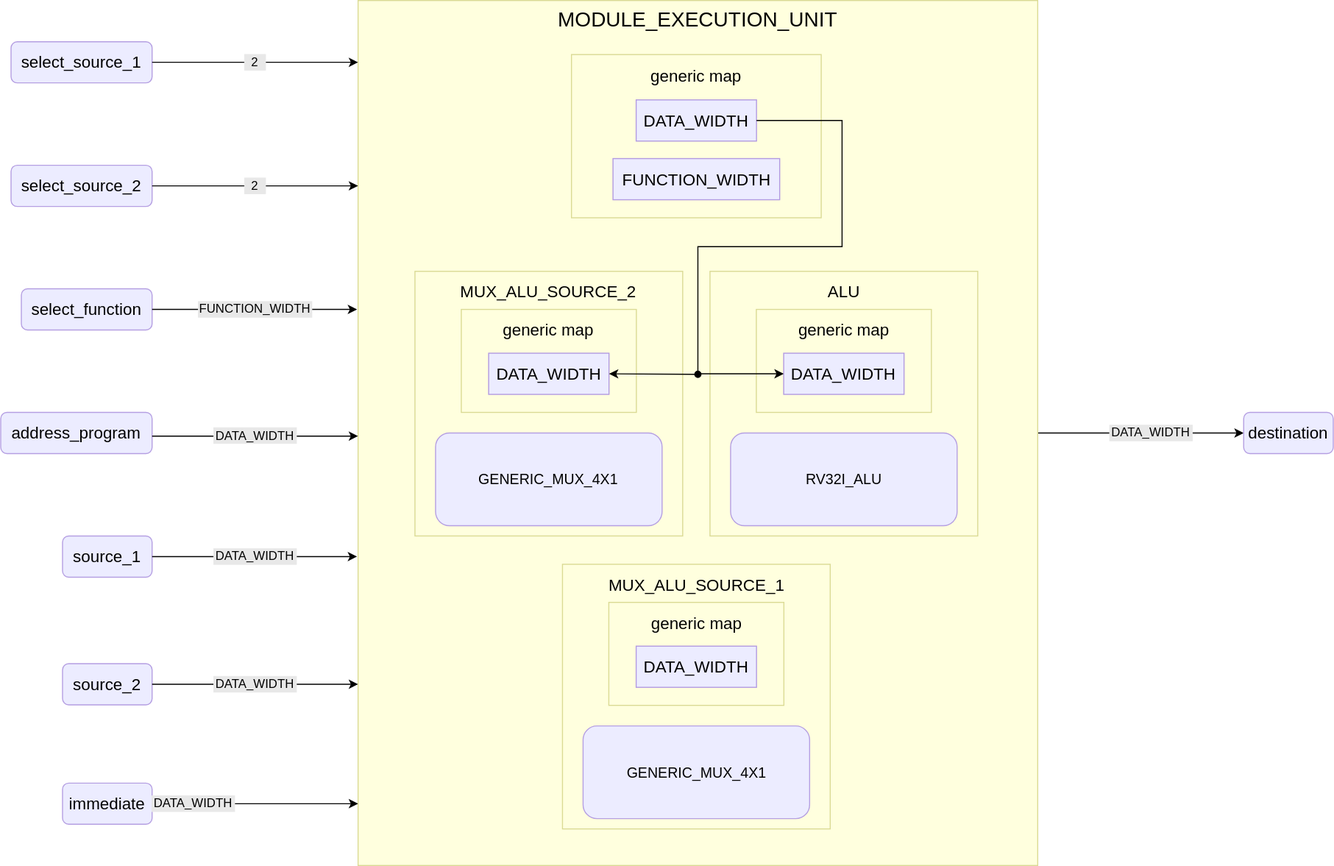
This is public/images/reference/report_components/module_execution_unit.drawio.svg from insper-riscv/docs, a draw.io export, as it was before one commit. Source tidied: cells renumbered, new cells last; positions are measured from the earlier drawing's top-left corner, leaving out a move shared by most shapes.
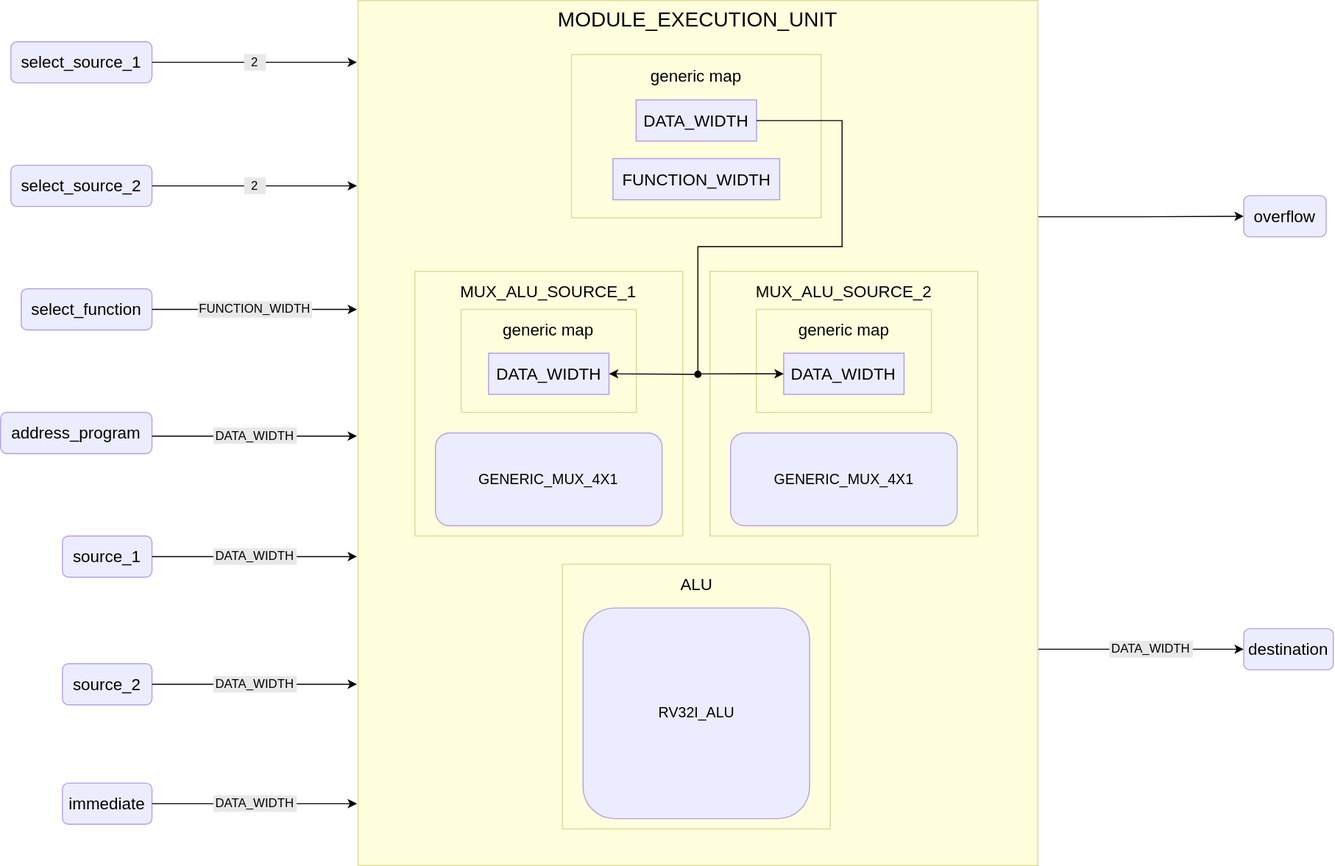
After the commit.

Commit message:
update module_execution_unit report diagram

Diff of the diagram source:
```diff
@@ -2,7 +2,10 @@
   <root>
     <mxCell id="0" />
     <mxCell id="1" parent="0" />
+    <mxCell id="44" style="edgeStyle=orthogonalEdgeStyle;rounded=0;jettySize=auto;html=1;exitX=1;exitY=0.25;exitDx=0;exitDy=0;entryX=0;entryY=0.5;entryDx=0;entryDy=0;" parent="1" edge="1" source="3" target="45">
+      <mxGeometry relative="1" as="geometry" />
+    </mxCell>
-    <mxCell id="2" style="edgeStyle=orthogonalEdgeStyle;rounded=0;jettySize=auto;html=1;entryX=0;entryY=0.5;entryDx=0;entryDy=0;" parent="1" edge="1" source="3" target="6">
+    <mxCell id="2" style="edgeStyle=orthogonalEdgeStyle;rounded=0;jettySize=auto;html=1;exitX=1;exitY=0.75;exitDx=0;exitDy=0;entryX=0;entryY=0.5;entryDx=0;entryDy=0;" parent="1" edge="1" source="3" target="6">
       <mxGeometry relative="1" as="geometry" />
     </mxCell>
     <mxCell id="3" value="MODULE_EXECUTION_UNIT" style="rounded=0;whiteSpace=wrap;html=1;fillColor=#ffffde;strokeColor=#dada94;verticalAlign=top;fontSize=20;" parent="1" vertex="1">
@@ -15,7 +18,7 @@
       <mxGeometry x="617.1" y="96.5" width="116.9" height="40" as="geometry" />
     </mxCell>
     <mxCell id="6" value="destination" style="rounded=1;whiteSpace=wrap;html=1;fillColor=#ececff;strokeColor=#b59fe2;fontSize=16;" parent="1" vertex="1">
-      <mxGeometry x="1207" y="400" width="87" height="40" as="geometry" />
+      <mxGeometry x="1207" y="610" width="87" height="40" as="geometry" />
     </mxCell>
     <mxCell id="7" value="select_source_1" style="rounded=1;whiteSpace=wrap;html=1;fillColor=#ececff;strokeColor=#b59fe2;fontSize=16;" parent="1" vertex="1">
       <mxGeometry x="10" y="40" width="137" height="40" as="geometry" />
@@ -24,21 +27,15 @@
       <mxGeometry x="10" y="160" width="137" height="40" as="geometry" />
     </mxCell>
     <mxCell id="9" value="DATA_WIDTH" style="rounded=0;whiteSpace=wrap;html=1;fillColor=#e8e8e8;strokeColor=#e8e8e8;" parent="1" vertex="1">
-      <mxGeometry x="1077" y="412.5" width="80" height="15" as="geometry" />
+      <mxGeometry x="1077" y="622.5" width="80" height="15" as="geometry" />
     </mxCell>
-    <mxCell id="10" value="&lt;span style=&quot;font-size: 16px;&quot;&gt;MUX_ALU_SOURCE_1&lt;/span&gt;" style="rounded=0;whiteSpace=wrap;html=1;fillColor=#ffffde;strokeColor=#dada94;verticalAlign=top;fontSize=20;" parent="1" vertex="1">
+    <mxCell id="10" value="&lt;span style=&quot;font-size: 16px;&quot;&gt;ALU&lt;/span&gt;" style="rounded=0;whiteSpace=wrap;html=1;fillColor=#ffffde;strokeColor=#dada94;verticalAlign=top;fontSize=20;" parent="1" vertex="1">
       <mxGeometry x="545.5" y="547.5" width="260" height="257" as="geometry" />
     </mxCell>
-    <mxCell id="11" value="&lt;span style=&quot;font-size: 16px;&quot;&gt;generic map&lt;/span&gt;" style="rounded=0;whiteSpace=wrap;html=1;fillColor=#ffffde;strokeColor=#dada94;verticalAlign=top;fontSize=20;" parent="1" vertex="1">
-      <mxGeometry x="590.5" y="584.5" width="170" height="100" as="geometry" />
-    </mxCell>
-    <mxCell id="12" value="DATA_WIDTH" style="rounded=0;whiteSpace=wrap;html=1;fillColor=#ececff;strokeColor=#b29ae1;fontSize=16;" parent="1" vertex="1">
-      <mxGeometry x="617.1" y="627" width="116.9" height="40" as="geometry" />
-    </mxCell>
-    <mxCell id="13" value="GENERIC_MUX_4X1" style="rounded=1;whiteSpace=wrap;html=1;fillColor=#ececff;strokeColor=#b59fe2;fontSize=14;" parent="1" vertex="1">
-      <mxGeometry x="565.5" y="704.5" width="220" height="90" as="geometry" />
+    <mxCell id="13" value="RV32I_ALU" style="rounded=1;whiteSpace=wrap;html=1;fillColor=#ececff;strokeColor=#b59fe2;fontSize=14;" parent="1" vertex="1">
+      <mxGeometry x="565.5" y="590" width="220" height="204.5" as="geometry" />
     </mxCell>
-    <mxCell id="14" value="&lt;span style=&quot;font-size: 16px;&quot;&gt;MUX_ALU_SOURCE_2&lt;/span&gt;" style="rounded=0;whiteSpace=wrap;html=1;fillColor=#ffffde;strokeColor=#dada94;verticalAlign=top;fontSize=20;" parent="1" vertex="1">
+    <mxCell id="14" value="&lt;span style=&quot;font-size: 16px;&quot;&gt;MUX_ALU_SOURCE_1&lt;/span&gt;" style="rounded=0;whiteSpace=wrap;html=1;fillColor=#ffffde;strokeColor=#dada94;verticalAlign=top;fontSize=20;" parent="1" vertex="1">
       <mxGeometry x="402.2" y="263" width="260" height="257" as="geometry" />
     </mxCell>
     <mxCell id="15" value="&lt;span style=&quot;font-size: 16px;&quot;&gt;generic map&lt;/span&gt;" style="rounded=0;whiteSpace=wrap;html=1;fillColor=#ffffde;strokeColor=#dada94;verticalAlign=top;fontSize=20;" parent="1" vertex="1">
@@ -50,7 +47,7 @@
     <mxCell id="17" value="GENERIC_MUX_4X1" style="rounded=1;whiteSpace=wrap;html=1;fillColor=#ececff;strokeColor=#b59fe2;fontSize=14;" parent="1" vertex="1">
       <mxGeometry x="422.2" y="420" width="220" height="90" as="geometry" />
     </mxCell>
-    <mxCell id="18" value="&lt;span style=&quot;font-size: 16px;&quot;&gt;ALU&lt;/span&gt;" style="rounded=0;whiteSpace=wrap;html=1;fillColor=#ffffde;strokeColor=#dada94;verticalAlign=top;fontSize=20;" parent="1" vertex="1">
+    <mxCell id="18" value="&lt;span style=&quot;font-size: 16px;&quot;&gt;MUX_ALU_SOURCE_2&lt;/span&gt;" style="rounded=0;whiteSpace=wrap;html=1;fillColor=#ffffde;strokeColor=#dada94;verticalAlign=top;fontSize=20;" parent="1" vertex="1">
       <mxGeometry x="688.8" y="263" width="260" height="257" as="geometry" />
     </mxCell>
     <mxCell id="19" value="&lt;span style=&quot;font-size: 16px;&quot;&gt;generic map&lt;/span&gt;" style="rounded=0;whiteSpace=wrap;html=1;fillColor=#ffffde;strokeColor=#dada94;verticalAlign=top;fontSize=20;" parent="1" vertex="1">
@@ -59,7 +56,7 @@
     <mxCell id="20" value="DATA_WIDTH" style="rounded=0;whiteSpace=wrap;html=1;fillColor=#ececff;strokeColor=#b29ae1;fontSize=16;" parent="1" vertex="1">
       <mxGeometry x="760.3" y="342.5" width="116.9" height="40" as="geometry" />
     </mxCell>
-    <mxCell id="21" value="RV32I_ALU" style="rounded=1;whiteSpace=wrap;html=1;fillColor=#ececff;strokeColor=#b59fe2;fontSize=14;" parent="1" vertex="1">
+    <mxCell id="21" value="GENERIC_MUX_4X1" style="rounded=1;whiteSpace=wrap;html=1;fillColor=#ececff;strokeColor=#b59fe2;fontSize=14;" parent="1" vertex="1">
       <mxGeometry x="708.8" y="420" width="220" height="90" as="geometry" />
     </mxCell>
     <mxCell id="22" value="select_function" style="rounded=1;whiteSpace=wrap;html=1;fillColor=#ececff;strokeColor=#b59fe2;fontSize=16;" parent="1" vertex="1">
@@ -137,7 +134,7 @@
       </mxGeometry>
     </mxCell>
     <mxCell id="35" value="DATA_WIDTH" style="rounded=0;whiteSpace=wrap;html=1;fillColor=#e8e8e8;strokeColor=#e8e8e8;" parent="1" vertex="1">
-      <mxGeometry x="147" y="772.5" width="80" height="15" as="geometry" />
+      <mxGeometry x="207" y="772.5" width="80" height="15" as="geometry" />
     </mxCell>
     <mxCell id="36" value="DATA_WIDTH" style="rounded=0;whiteSpace=wrap;html=1;fillColor=#e8e8e8;strokeColor=#e8e8e8;" parent="1" vertex="1">
       <mxGeometry x="207" y="656.5" width="80" height="15" as="geometry" />
@@ -172,5 +169,8 @@
         <mxPoint x="677" y="363" as="sourcePoint" />
       </mxGeometry>
     </mxCell>
+    <mxCell id="45" value="overflow" style="rounded=1;whiteSpace=wrap;html=1;fillColor=#ececff;strokeColor=#b59fe2;fontSize=16;" parent="1" vertex="1">
+      <mxGeometry x="1207" y="189.5" width="80" height="40" as="geometry" />
+    </mxCell>
   </root>
 </mxGraphModel>
```
